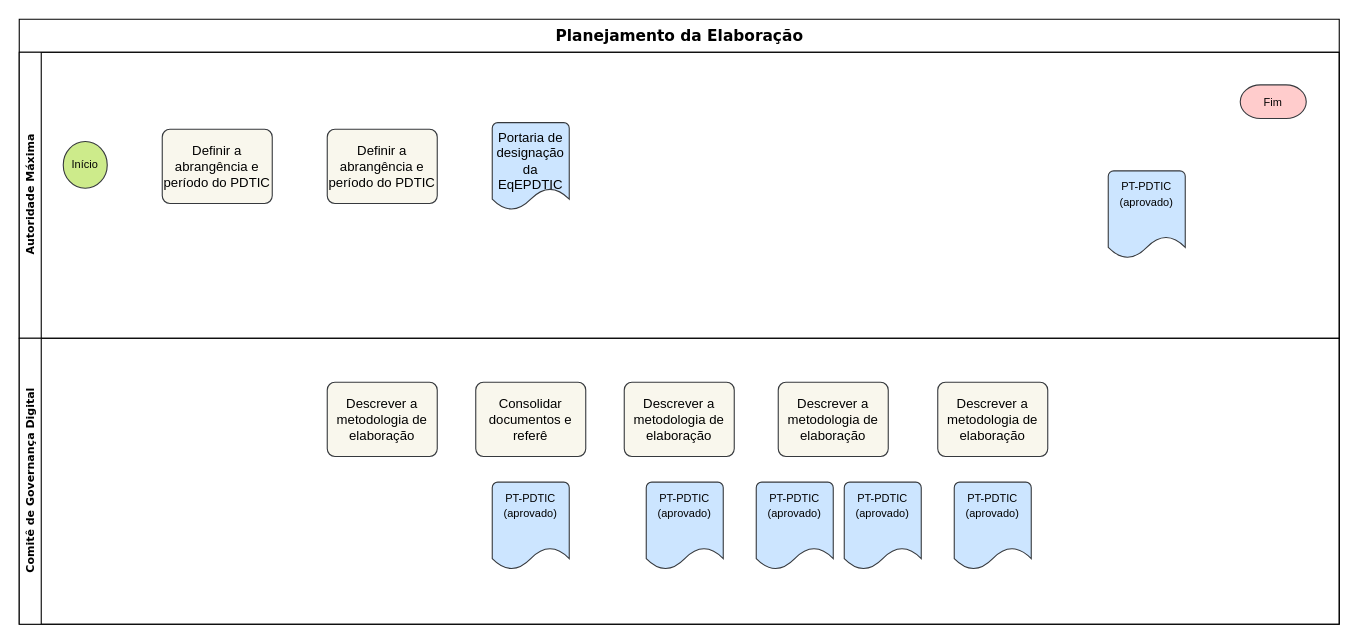
Before: fluxo_preparacao.drawio in Bariand/diagramas-gestao-ufpel, a draw.io diagram. Source tidied: cells renumbered, new cells numbered last; positions are measured from the earlier drawing's top-left corner, leaving out a move shared by most shapes. Both pictures are drawn from the tidied source at 110%, with x=0, y=0 at pixel (19, 19).
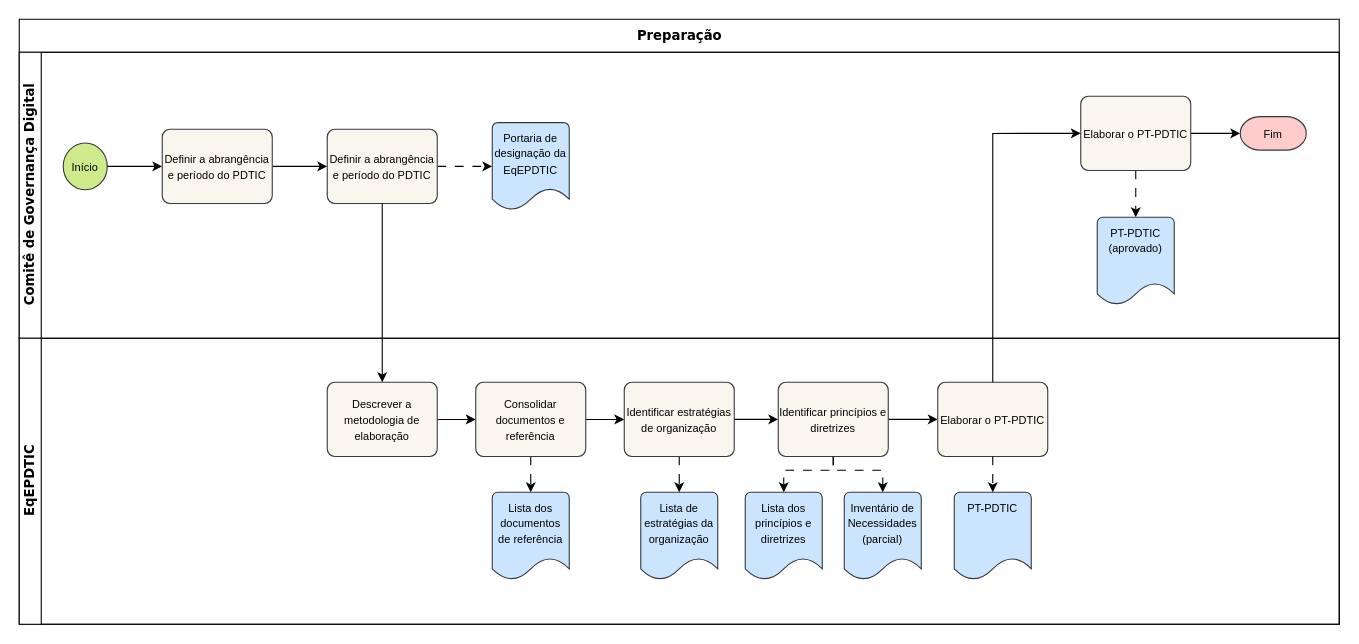
The same diagram, later.

Change to the diagram source:
```diff
@@
-    <mxCell id="2" value="&lt;font style=&quot;font-size: 14px;&quot;&gt;Planejamento da Elaboração&lt;/font&gt;" style="swimlane;html=1;horizontal=1;startSize=30;rounded=0;shadow=0;labelBackgroundColor=none;strokeWidth=1;fontFamily=Verdana;fontSize=7;align=center;swimlaneLine=1;glass=0;swimlaneHead=1;swimlaneBody=1;fillColor=light-dark(#FFFFFF,#FFFFFF);strokeColor=light-dark(#000000,#000000);fontColor=light-dark(#000000,#000000);" parent="1" vertex="1">
+    <mxCell id="2" value="&lt;font style=&quot;font-size: 12px;&quot;&gt;Preparação&lt;/font&gt;" style="swimlane;html=1;horizontal=1;startSize=30;rounded=0;shadow=0;labelBackgroundColor=none;strokeWidth=1;fontFamily=Verdana;fontSize=7;align=center;swimlaneLine=1;glass=0;swimlaneHead=1;swimlaneBody=1;fillColor=light-dark(#FFFFFF,#FFFFFF);strokeColor=light-dark(#000000,#000000);fontColor=light-dark(#000000,#000000);" parent="1" vertex="1">
       <mxGeometry width="1200" height="550" as="geometry" />
     </mxCell>
-    <mxCell id="3" value="&lt;font style=&quot;font-size: 10px;&quot;&gt;Autoridade Máxima&lt;/font&gt;" style="swimlane;html=1;startSize=20;horizontal=0;fontFamily=Verdana;fontSize=7;strokeWidth=1;fillColor=light-dark(#FFFFFF,#FFFFFF);strokeColor=light-dark(#000000,#000000);swimlaneLine=1;shadow=0;fontColor=light-dark(#000000,#000000);" parent="2" vertex="1">
+    <mxCell id="3" value="&lt;font style=&quot;font-size: 12px;&quot;&gt;Comitê de Governança Digital&lt;/font&gt;" style="swimlane;html=1;startSize=20;horizontal=0;fontFamily=Verdana;fontSize=7;strokeWidth=1;fillColor=light-dark(#FFFFFF,#FFFFFF);strokeColor=light-dark(#000000,#000000);swimlaneLine=1;shadow=0;fontColor=light-dark(#000000,#000000);" parent="2" vertex="1">
       <mxGeometry y="30" width="1200" height="260" as="geometry" />
     </mxCell>
@@
+    <mxCell id="28" style="edgeStyle=orthogonalEdgeStyle;rounded=0;jettySize=auto;html=1;" parent="3" edge="1" source="7" target="8">
+      <mxGeometry relative="1" as="geometry" />
+    </mxCell>
-    <mxCell id="7" value="Definir a abrangência e período do PDTIC" style="rounded=1;whiteSpace=wrap;html=1;absoluteArcSize=1;arcSize=14;strokeWidth=1;fillColor=#f9f7ed;strokeColor=#36393d;swimlaneLine=1;shadow=0;" parent="3" vertex="1">
+    <mxCell id="7" value="&lt;font style=&quot;font-size: 10px;&quot;&gt;Definir a abrangência e período do PDTIC&lt;/font&gt;" style="rounded=1;whiteSpace=wrap;html=1;absoluteArcSize=1;arcSize=14;strokeWidth=1;fillColor=#f9f7ed;strokeColor=#36393d;swimlaneLine=1;shadow=0;" parent="3" vertex="1">
       <mxGeometry x="130" y="70" width="100" height="67.5" as="geometry" />
     </mxCell>
+    <mxCell id="29" style="edgeStyle=orthogonalEdgeStyle;rounded=0;jettySize=auto;html=1;dashed=1;dashPattern=8 8;" parent="3" edge="1" source="8" target="9">
+      <mxGeometry relative="1" as="geometry" />
+    </mxCell>
-    <mxCell id="8" value="Definir a abrangência e período do PDTIC" style="rounded=1;whiteSpace=wrap;html=1;absoluteArcSize=1;arcSize=14;strokeWidth=1;fillColor=#f9f7ed;strokeColor=#36393d;swimlaneLine=1;shadow=0;" parent="3" vertex="1">
+    <mxCell id="8" value="&lt;font style=&quot;font-size: 10px;&quot;&gt;Definir a abrangência e período do PDTIC&lt;/font&gt;" style="rounded=1;whiteSpace=wrap;html=1;absoluteArcSize=1;arcSize=14;strokeWidth=1;fillColor=#f9f7ed;strokeColor=#36393d;swimlaneLine=1;shadow=0;" parent="3" vertex="1">
       <mxGeometry x="280" y="70" width="100" height="67.5" as="geometry" />
     </mxCell>
-    <mxCell id="9" value="Portaria de designação da EqEPDTIC" style="strokeWidth=1;html=1;shape=mxgraph.flowchart.document2;whiteSpace=wrap;size=0.25;verticalAlign=top;fillColor=#cce5ff;strokeColor=#36393d;swimlaneLine=1;shadow=0;" parent="3" vertex="1">
+    <mxCell id="9" value="&lt;font style=&quot;font-size: 10px;&quot;&gt;Portaria de designação da EqEPDTIC&lt;/font&gt;" style="strokeWidth=1;html=1;shape=mxgraph.flowchart.document2;whiteSpace=wrap;size=0.25;verticalAlign=top;fillColor=#cce5ff;strokeColor=#36393d;swimlaneLine=1;shadow=0;" parent="3" vertex="1">
       <mxGeometry x="430" y="64" width="70" height="79.5" as="geometry" />
     </mxCell>
+    <mxCell id="30" style="edgeStyle=orthogonalEdgeStyle;rounded=0;jettySize=auto;html=1;dashed=1;dashPattern=8 8;" parent="3" edge="1" source="32" target="21">
+      <mxGeometry relative="1" as="geometry" />
+    </mxCell>
+    <mxCell id="31" style="edgeStyle=orthogonalEdgeStyle;rounded=0;jettySize=auto;html=1;" parent="3" edge="1" source="32" target="22">
+      <mxGeometry relative="1" as="geometry" />
+    </mxCell>
+    <mxCell id="32" value="&lt;font style=&quot;font-size: 10px;&quot;&gt;Elaborar o PT-PDTIC&lt;/font&gt;" style="rounded=1;whiteSpace=wrap;html=1;absoluteArcSize=1;arcSize=14;strokeWidth=1;fillColor=#f9f7ed;strokeColor=#36393d;swimlaneLine=1;shadow=0;" parent="3" vertex="1">
+      <mxGeometry x="965" y="40" width="100" height="67.5" as="geometry" />
+    </mxCell>
+    <mxCell id="21" value="&lt;font style=&quot;font-size: 10px;&quot;&gt;PT-PDTIC (aprovado)&lt;/font&gt;" style="strokeWidth=1;html=1;shape=mxgraph.flowchart.document2;whiteSpace=wrap;size=0.25;verticalAlign=top;fillColor=#cce5ff;strokeColor=#36393d;swimlaneLine=1;shadow=0;" parent="3" vertex="1">
+      <mxGeometry x="980" y="150" width="70" height="79.5" as="geometry" />
+    </mxCell>
+    <mxCell id="22" value="&lt;font style=&quot;font-size: 10px;&quot;&gt;Fim&lt;/font&gt;" style="strokeWidth=1;html=1;shape=mxgraph.flowchart.terminator;whiteSpace=wrap;fillColor=#ffcccc;strokeColor=#36393d;swimlaneLine=1;shadow=0;" parent="3" vertex="1">
+      <mxGeometry x="1110" y="58.5" width="60" height="30.5" as="geometry" />
+    </mxCell>
+    <mxCell id="15" value="&lt;font style=&quot;font-size: 10px;&quot;&gt;Início&lt;/font&gt;" style="strokeWidth=1;html=1;shape=mxgraph.flowchart.start_2;whiteSpace=wrap;fillColor=#cdeb8b;strokeColor=#36393d;swimlaneLine=1;shadow=0;" parent="3" vertex="1">
+      <mxGeometry x="40" y="82.5" width="40" height="42.5" as="geometry" />
+    </mxCell>
+    <mxCell id="33" style="edgeStyle=orthogonalEdgeStyle;rounded=0;jettySize=auto;html=1;" parent="3" edge="1" source="15" target="7">
+      <mxGeometry relative="1" as="geometry" />
+    </mxCell>
-    <mxCell id="10" value="&lt;font style=&quot;font-size: 10px;&quot;&gt;Comitê de Governança Digital&lt;/font&gt;" style="swimlane;html=1;startSize=20;horizontal=0;fontFamily=Verdana;fontSize=7;strokeWidth=1;fillColor=light-dark(#FFFFFF,#FFFFFF);strokeColor=light-dark(#000000,#000000);swimlaneLine=1;shadow=0;fontColor=light-dark(#000000,#000000);" parent="2" vertex="1">
+    <mxCell id="10" value="&lt;font style=&quot;font-size: 12px;&quot;&gt;EqEPDTIC&lt;/font&gt;" style="swimlane;html=1;startSize=20;horizontal=0;fontFamily=Verdana;fontSize=7;strokeWidth=1;fillColor=light-dark(#FFFFFF,#FFFFFF);strokeColor=light-dark(#000000,#000000);swimlaneLine=1;shadow=0;fontColor=light-dark(#000000,#000000);" parent="2" vertex="1">
       <mxGeometry y="290" width="1200" height="260" as="geometry" />
     </mxCell>
@@
-    <mxCell id="15" value="&lt;font style=&quot;font-size: 10px;&quot;&gt;Início&lt;/font&gt;" style="strokeWidth=1;html=1;shape=mxgraph.flowchart.start_2;whiteSpace=wrap;fillColor=#cdeb8b;strokeColor=#36393d;swimlaneLine=1;shadow=0;" parent="10" vertex="1">
-      <mxGeometry x="40" y="-178.8" width="40" height="42.5" as="geometry" />
-    </mxCell>
-    <mxCell id="16" value="&lt;font style=&quot;font-size: 10px;&quot;&gt;PT-PDTIC (aprovado)&lt;/font&gt;" style="strokeWidth=1;html=1;shape=mxgraph.flowchart.document2;whiteSpace=wrap;size=0.25;verticalAlign=top;fillColor=#cce5ff;strokeColor=#36393d;swimlaneLine=1;shadow=0;" parent="10" vertex="1">
-      <mxGeometry x="430" y="130.8" width="70" height="79.5" as="geometry" />
+    <mxCell id="16" value="&lt;font style=&quot;font-size: 10px;&quot;&gt;Lista dos documentos de referência&lt;/font&gt;" style="strokeWidth=1;html=1;shape=mxgraph.flowchart.document2;whiteSpace=wrap;size=0.25;verticalAlign=top;fillColor=#cce5ff;strokeColor=#36393d;swimlaneLine=1;shadow=0;" parent="10" vertex="1">
+      <mxGeometry x="430" y="140" width="70" height="79.5" as="geometry" />
     </mxCell>
-    <mxCell id="17" value="&lt;font style=&quot;font-size: 10px;&quot;&gt;PT-PDTIC (aprovado)&lt;/font&gt;" style="strokeWidth=1;html=1;shape=mxgraph.flowchart.document2;whiteSpace=wrap;size=0.25;verticalAlign=top;fillColor=#cce5ff;strokeColor=#36393d;swimlaneLine=1;shadow=0;" parent="10" vertex="1">
-      <mxGeometry x="570" y="130.8" width="70" height="79.5" as="geometry" />
+    <mxCell id="17" value="&lt;font style=&quot;font-size: 10px;&quot;&gt;Lista de estratégias da organização&lt;/font&gt;" style="strokeWidth=1;html=1;shape=mxgraph.flowchart.document2;whiteSpace=wrap;size=0.25;verticalAlign=top;fillColor=#cce5ff;strokeColor=#36393d;swimlaneLine=1;shadow=0;" parent="10" vertex="1">
+      <mxGeometry x="565" y="140" width="70" height="79.5" as="geometry" />
     </mxCell>
-    <mxCell id="18" value="&lt;font style=&quot;font-size: 10px;&quot;&gt;PT-PDTIC (aprovado)&lt;/font&gt;" style="strokeWidth=1;html=1;shape=mxgraph.flowchart.document2;whiteSpace=wrap;size=0.25;verticalAlign=top;fillColor=#cce5ff;strokeColor=#36393d;swimlaneLine=1;shadow=0;" parent="10" vertex="1">
-      <mxGeometry x="670" y="130.8" width="70" height="79.5" as="geometry" />
+    <mxCell id="18" value="&lt;font style=&quot;font-size: 10px;&quot;&gt;Lista dos princípios e diretrizes&lt;/font&gt;" style="strokeWidth=1;html=1;shape=mxgraph.flowchart.document2;whiteSpace=wrap;size=0.25;verticalAlign=top;fillColor=#cce5ff;strokeColor=#36393d;swimlaneLine=1;shadow=0;" parent="10" vertex="1">
+      <mxGeometry x="660" y="140" width="70" height="79.5" as="geometry" />
     </mxCell>
-    <mxCell id="19" value="&lt;font style=&quot;font-size: 10px;&quot;&gt;PT-PDTIC (aprovado)&lt;/font&gt;" style="strokeWidth=1;html=1;shape=mxgraph.flowchart.document2;whiteSpace=wrap;size=0.25;verticalAlign=top;fillColor=#cce5ff;strokeColor=#36393d;swimlaneLine=1;shadow=0;" parent="10" vertex="1">
-      <mxGeometry x="750" y="130.8" width="70" height="79.5" as="geometry" />
+    <mxCell id="19" value="&lt;font style=&quot;font-size: 10px;&quot;&gt;Inventário de Necessidades (parcial)&lt;/font&gt;" style="strokeWidth=1;html=1;shape=mxgraph.flowchart.document2;whiteSpace=wrap;size=0.25;verticalAlign=top;fillColor=#cce5ff;strokeColor=#36393d;swimlaneLine=1;shadow=0;" parent="10" vertex="1">
+      <mxGeometry x="750" y="140" width="70" height="79.5" as="geometry" />
     </mxCell>
-    <mxCell id="20" value="&lt;font style=&quot;font-size: 10px;&quot;&gt;PT-PDTIC (aprovado)&lt;/font&gt;" style="strokeWidth=1;html=1;shape=mxgraph.flowchart.document2;whiteSpace=wrap;size=0.25;verticalAlign=top;fillColor=#cce5ff;strokeColor=#36393d;swimlaneLine=1;shadow=0;" parent="10" vertex="1">
-      <mxGeometry x="850" y="130.8" width="70" height="79.5" as="geometry" />
+    <mxCell id="20" value="&lt;font style=&quot;font-size: 10px;&quot;&gt;PT-PDTIC&lt;/font&gt;" style="strokeWidth=1;html=1;shape=mxgraph.flowchart.document2;whiteSpace=wrap;size=0.25;verticalAlign=top;fillColor=#cce5ff;strokeColor=#36393d;swimlaneLine=1;shadow=0;" parent="10" vertex="1">
+      <mxGeometry x="850" y="140" width="70" height="79.5" as="geometry" />
     </mxCell>
-    <mxCell id="21" value="&lt;font style=&quot;font-size: 10px;&quot;&gt;PT-PDTIC (aprovado)&lt;/font&gt;" style="strokeWidth=1;html=1;shape=mxgraph.flowchart.document2;whiteSpace=wrap;size=0.25;verticalAlign=top;fillColor=#cce5ff;strokeColor=#36393d;swimlaneLine=1;shadow=0;" parent="10" vertex="1">
-      <mxGeometry x="990" y="-152.2" width="70" height="79.5" as="geometry" />
-    </mxCell>
-    <mxCell id="22" value="&lt;font style=&quot;font-size: 10px;&quot;&gt;Fim&lt;/font&gt;" style="strokeWidth=1;html=1;shape=mxgraph.flowchart.terminator;whiteSpace=wrap;fillColor=#ffcccc;strokeColor=#36393d;swimlaneLine=1;shadow=0;" parent="10" vertex="1">
-      <mxGeometry x="1110" y="-230.3" width="60" height="30.5" as="geometry" />
-    </mxCell>
+    <mxCell id="34" style="edgeStyle=orthogonalEdgeStyle;rounded=0;jettySize=auto;html=1;" parent="10" edge="1" source="23" target="24">
+      <mxGeometry relative="1" as="geometry" />
+    </mxCell>
-    <mxCell id="23" value="Descrever a metodologia de elaboração" style="rounded=1;whiteSpace=wrap;html=1;absoluteArcSize=1;arcSize=14;strokeWidth=1;fillColor=#f9f7ed;strokeColor=#36393d;swimlaneLine=1;shadow=0;" parent="10" vertex="1">
+    <mxCell id="23" value="&lt;font style=&quot;font-size: 10px;&quot;&gt;Descrever a metodologia de elaboração&lt;/font&gt;" style="rounded=1;whiteSpace=wrap;html=1;absoluteArcSize=1;arcSize=14;strokeWidth=1;fillColor=#f9f7ed;strokeColor=#36393d;swimlaneLine=1;shadow=0;" parent="10" vertex="1">
       <mxGeometry x="280" y="40" width="100" height="67.5" as="geometry" />
     </mxCell>
+    <mxCell id="35" style="edgeStyle=orthogonalEdgeStyle;rounded=0;jettySize=auto;html=1;" parent="10" edge="1" source="24" target="25">
+      <mxGeometry relative="1" as="geometry" />
+    </mxCell>
+    <mxCell id="36" style="edgeStyle=orthogonalEdgeStyle;rounded=0;jettySize=auto;html=1;dashed=1;dashPattern=8 8;" parent="10" edge="1" source="24" target="16">
+      <mxGeometry relative="1" as="geometry" />
+    </mxCell>
-    <mxCell id="24" value="Consolidar documentos e referê" style="rounded=1;whiteSpace=wrap;html=1;absoluteArcSize=1;arcSize=14;strokeWidth=1;fillColor=#f9f7ed;strokeColor=#36393d;swimlaneLine=1;shadow=0;" parent="10" vertex="1">
+    <mxCell id="24" value="&lt;font style=&quot;font-size: 10px;&quot;&gt;Consolidar documentos e referência&lt;/font&gt;" style="rounded=1;whiteSpace=wrap;html=1;absoluteArcSize=1;arcSize=14;strokeWidth=1;fillColor=#f9f7ed;strokeColor=#36393d;swimlaneLine=1;shadow=0;" parent="10" vertex="1">
       <mxGeometry x="415" y="40" width="100" height="67.5" as="geometry" />
     </mxCell>
+    <mxCell id="37" style="edgeStyle=orthogonalEdgeStyle;rounded=0;jettySize=auto;html=1;" parent="10" edge="1" source="25" target="26">
+      <mxGeometry relative="1" as="geometry" />
+    </mxCell>
+    <mxCell id="38" style="edgeStyle=orthogonalEdgeStyle;rounded=0;jettySize=auto;html=1;dashed=1;dashPattern=8 8;" parent="10" edge="1" source="25" target="17">
+      <mxGeometry relative="1" as="geometry" />
+    </mxCell>
-    <mxCell id="25" value="Descrever a metodologia de elaboração" style="rounded=1;whiteSpace=wrap;html=1;absoluteArcSize=1;arcSize=14;strokeWidth=1;fillColor=#f9f7ed;strokeColor=#36393d;swimlaneLine=1;shadow=0;" parent="10" vertex="1">
+    <mxCell id="25" value="&lt;font style=&quot;font-size: 10px;&quot;&gt;Identificar estratégias de organização&lt;/font&gt;" style="rounded=1;whiteSpace=wrap;html=1;absoluteArcSize=1;arcSize=14;strokeWidth=1;fillColor=#f9f7ed;strokeColor=#36393d;swimlaneLine=1;shadow=0;" parent="10" vertex="1">
       <mxGeometry x="550" y="40" width="100" height="67.5" as="geometry" />
     </mxCell>
+    <mxCell id="39" style="edgeStyle=orthogonalEdgeStyle;rounded=0;jettySize=auto;html=1;" parent="10" edge="1" source="26" target="27">
+      <mxGeometry relative="1" as="geometry" />
+    </mxCell>
+    <mxCell id="40" style="edgeStyle=orthogonalEdgeStyle;rounded=0;jettySize=auto;html=1;exitX=0.5;exitY=1;exitDx=0;exitDy=0;dashed=1;dashPattern=8 8;" parent="10" edge="1" source="26" target="18">
+      <mxGeometry relative="1" as="geometry">
+        <Array as="points">
+          <mxPoint x="740" y="120" />
+          <mxPoint x="695" y="120" />
+        </Array>
+      </mxGeometry>
+    </mxCell>
-    <mxCell id="26" value="Descrever a metodologia de elaboração" style="rounded=1;whiteSpace=wrap;html=1;absoluteArcSize=1;arcSize=14;strokeWidth=1;fillColor=#f9f7ed;strokeColor=#36393d;swimlaneLine=1;shadow=0;" parent="10" vertex="1">
+    <mxCell id="26" value="&lt;font style=&quot;font-size: 10px;&quot;&gt;Identificar princípios e diretrizes&lt;/font&gt;" style="rounded=1;whiteSpace=wrap;html=1;absoluteArcSize=1;arcSize=14;strokeWidth=1;fillColor=#f9f7ed;strokeColor=#36393d;swimlaneLine=1;shadow=0;" parent="10" vertex="1">
       <mxGeometry x="690" y="40" width="100" height="67.5" as="geometry" />
     </mxCell>
-    <mxCell id="27" value="Descrever a metodologia de elaboração" style="rounded=1;whiteSpace=wrap;html=1;absoluteArcSize=1;arcSize=14;strokeWidth=1;fillColor=#f9f7ed;strokeColor=#36393d;swimlaneLine=1;shadow=0;" parent="10" vertex="1">
+    <mxCell id="27" value="&lt;font style=&quot;font-size: 10px;&quot;&gt;Elaborar o PT-PDTIC&lt;/font&gt;" style="rounded=1;whiteSpace=wrap;html=1;absoluteArcSize=1;arcSize=14;strokeWidth=1;fillColor=#f9f7ed;strokeColor=#36393d;swimlaneLine=1;shadow=0;" parent="10" vertex="1">
       <mxGeometry x="835" y="40" width="100" height="67.5" as="geometry" />
     </mxCell>
+    <mxCell id="41" style="edgeStyle=orthogonalEdgeStyle;rounded=0;jettySize=auto;html=1;exitX=0.5;exitY=1;exitDx=0;exitDy=0;entryX=0.5;entryY=0;entryDx=0;entryDy=0;entryPerimeter=0;dashed=1;dashPattern=8 8;" parent="10" edge="1" source="26" target="19">
+      <mxGeometry relative="1" as="geometry">
+        <Array as="points">
+          <mxPoint x="740" y="120" />
+          <mxPoint x="785" y="120" />
+        </Array>
+      </mxGeometry>
+    </mxCell>
+    <mxCell id="42" style="edgeStyle=orthogonalEdgeStyle;rounded=0;jettySize=auto;html=1;exitX=0.5;exitY=1;exitDx=0;exitDy=0;entryX=0.5;entryY=0;entryDx=0;entryDy=0;entryPerimeter=0;dashed=1;dashPattern=8 8;" parent="10" edge="1" source="27" target="20">
+      <mxGeometry relative="1" as="geometry" />
+    </mxCell>
+    <mxCell id="43" style="edgeStyle=orthogonalEdgeStyle;rounded=0;jettySize=auto;html=1;exitX=0.5;exitY=1;exitDx=0;exitDy=0;" parent="2" edge="1" source="8" target="23">
+      <mxGeometry relative="1" as="geometry" />
+    </mxCell>
+    <mxCell id="44" style="edgeStyle=orthogonalEdgeStyle;rounded=0;jettySize=auto;html=1;exitX=0.5;exitY=0;exitDx=0;exitDy=0;entryX=0;entryY=0.5;entryDx=0;entryDy=0;" parent="2" edge="1" source="27" target="32">
+      <mxGeometry relative="1" as="geometry" />
+    </mxCell>
```
